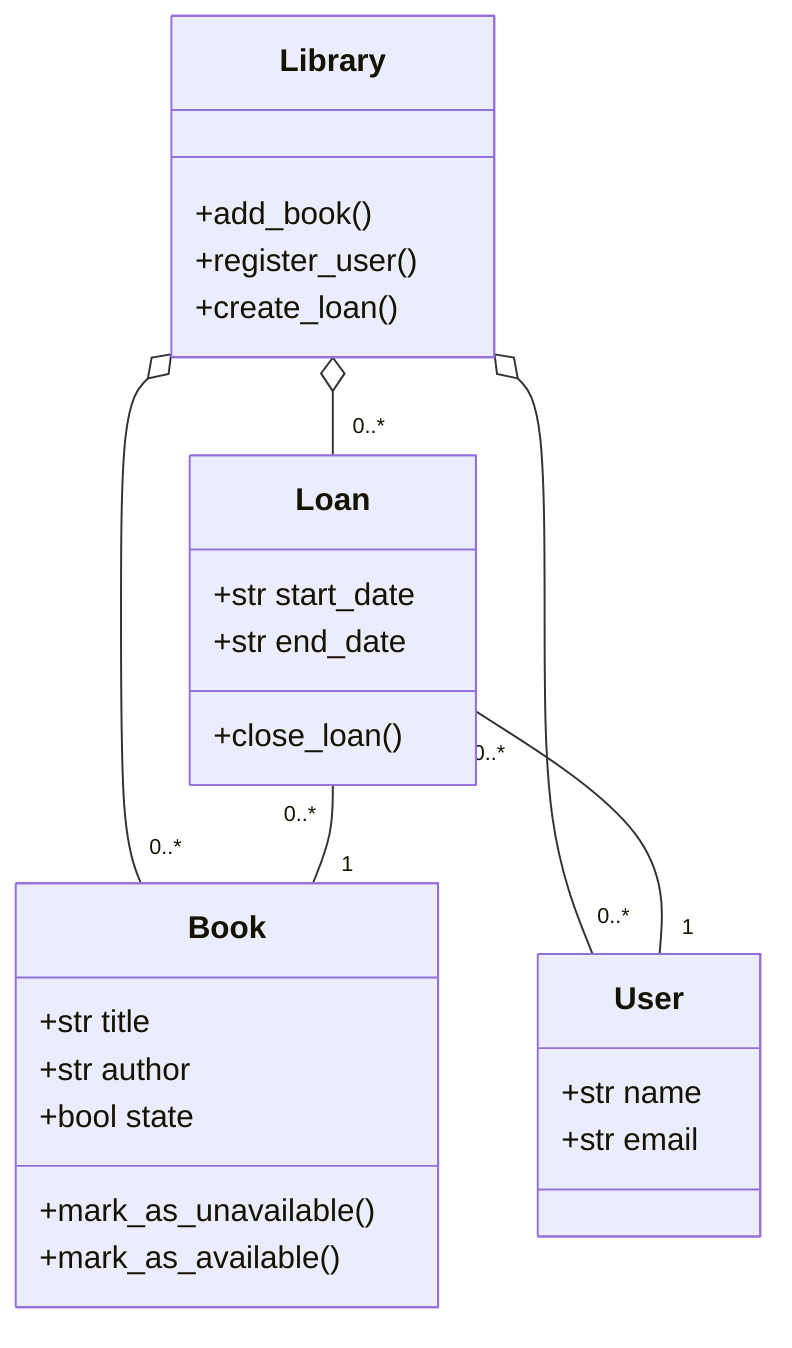
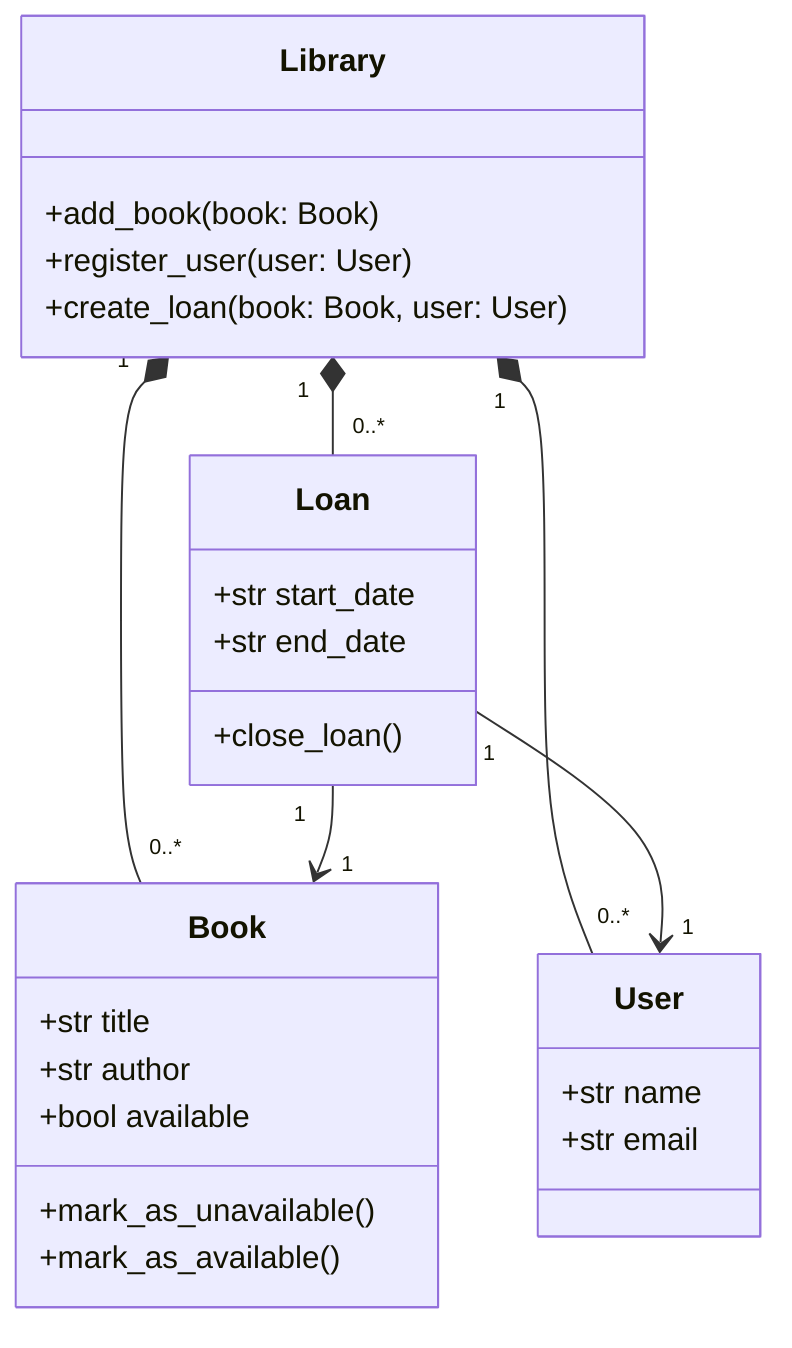
classDiagram
-     class Library {
-         +add_book()
-         +register_user()
-         +create_loan()
-     }

-     class Book {
-         +str title
-         +str author
-         +bool state
-         +mark_as_unavailable()
-         +mark_as_available()
-     }
+ class Library {
+     +add_book(book: Book)
+     +register_user(user: User)
+     +create_loan(book: Book, user: User)
+ }

-     class User {
-         +str name
-         +str email
-     }
+ class Book {
+     +str title
+     +str author
+     +bool available
+     +mark_as_unavailable()
+     +mark_as_available()
+ }

-     class Loan {
-         +str start_date
-         +str end_date
-         +close_loan()
-     }
+ class User {
+     +str name
+     +str email
+ }

-     Library o-- "0..*" Book
-     Library o-- "0..*" User
-     Library o-- "0..*" Loan
-     Loan "0..*" -- "1" Book
-     Loan "0..*" -- "1" User
+ class Loan {
+     +str start_date
+     +str end_date
+     +close_loan()
+ }
+ 
+ Library "1" *-- "0..*" Book
+ Library "1" *-- "0..*" User
+ Library "1" *-- "0..*" Loan
+ 
+ Loan "1" --> "1" Book
+ Loan "1" --> "1" User
